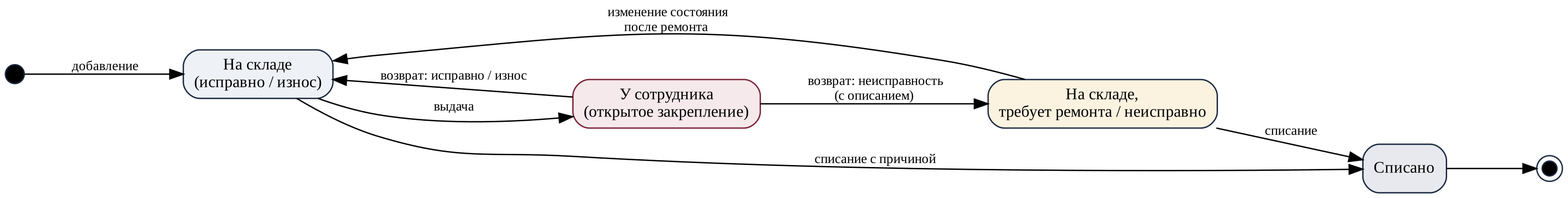
Black287234/KP-Nek keeps this Graphviz diagram as docs/report/diagrams/lifecycle.png. Above is the earlier version. Its source is kept beside it as docs/report/diagrams/lifecycle.dot.
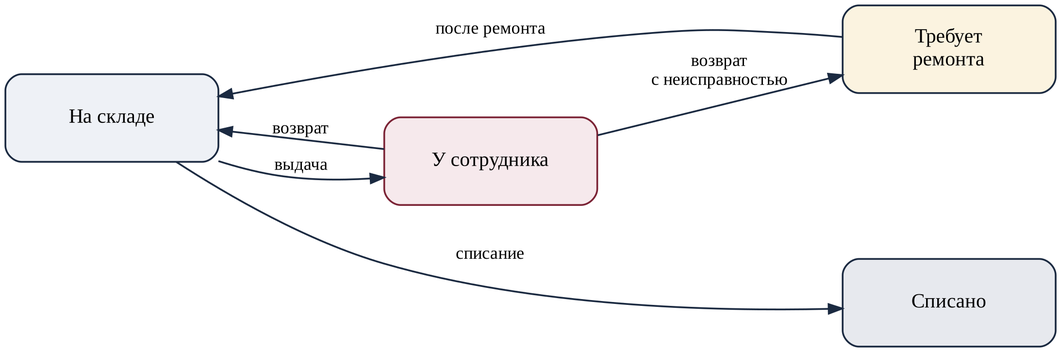
Later version of the same file.

The edit, as a diff of the source:
```diff
@@ -1,16 +1,15 @@
 digraph G {
-  graph [rankdir=LR, fontname="Liberation Serif", bgcolor=white, nodesep=0.6, ranksep=0.9];
-  node [shape=box, style="rounded,filled", fillcolor="#eef1f6", color="#1b2a41", fontname="Liberation Serif", fontsize=12];
-  edge [fontname="Liberation Serif", fontsize=10];
-  s [shape=circle, label="", width=0.2, style=filled, fillcolor=black];
-  f [shape=doublecircle, label="", width=0.15, style=filled, fillcolor=black];
-  stock [label="На складе\n(исправно / износ)"]; held [label="У сотрудника\n(открытое закрепление)", fillcolor="#f6e9ec", color="#7b2335"];
-  repair [label="На складе,\nтребует ремонта / неисправно", fillcolor="#fbf3e0"]; off [label="Списано", fillcolor="#e7e9ee"];
-  s -> stock [label=" добавление"];
-  stock -> held [label=" выдача"];
-  held -> stock [label=" возврат: исправно / износ"];
-  held -> repair [label=" возврат: неисправность\n(с описанием)"];
-  repair -> stock [label=" изменение состояния\nпосле ремонта"];
-  stock -> off [label=" списание с причиной"]; repair -> off [label=" списание"];
-  off -> f;
+  graph [rankdir=LR, fontname="Liberation Serif", bgcolor=white, nodesep=0.8, ranksep=1.1];
+  node [shape=box, style="rounded,filled", fillcolor="#eef1f6", color="#1b2a41", penwidth=1.3, fontname="Liberation Serif", fontsize=15, width=2.2, height=0.9];
+  edge [fontname="Liberation Serif", fontsize=13, color="#1b2a41", penwidth=1.3];
+  stock [label="На складе"];
+  held [label="У сотрудника", fillcolor="#f6e9ec", color="#7b2335"];
+  repair [label="Требует\nремонта", fillcolor="#fbf3e0"];
+  off [label="Списано", fillcolor="#e7e9ee"];
+  stock -> held [label="выдача"];
+  held -> stock [label="возврат"];
+  held -> repair [label="возврат\nс неисправностью"];
+  repair -> stock [label="после ремонта"];
+  stock -> off [label="списание"];
+  {rank=same; repair; off}
 }
```
